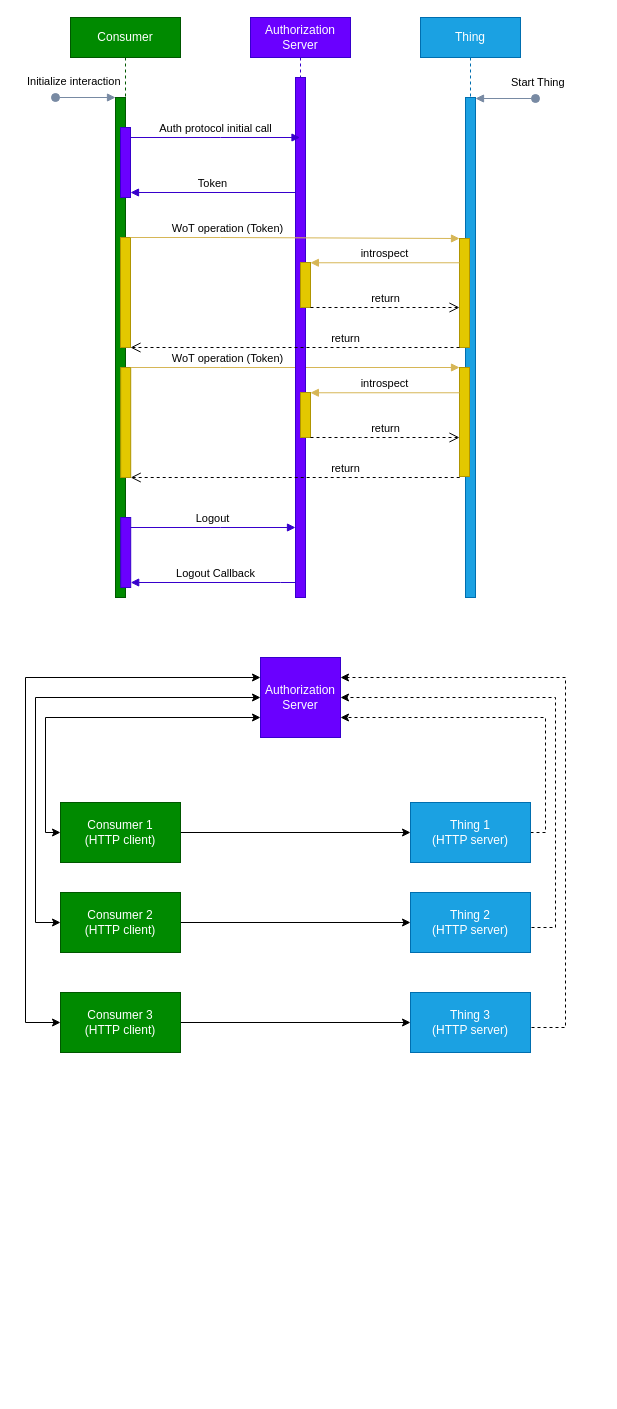
w3c/wot keeps this draw.io diagram as page "OAuth2" (4 of 5) of planning/ThingDescription/td-next-work-items/images/initial-connection.drawio. Above is the earlier version. Source tidied: cells renumbered, new cells numbered last; positions are measured from the earlier drawing's top-left corner, leaving out a move shared by most shapes. Both pictures are drawn from the tidied source at 100%, with x=0, y=0 at pixel (25, 17).
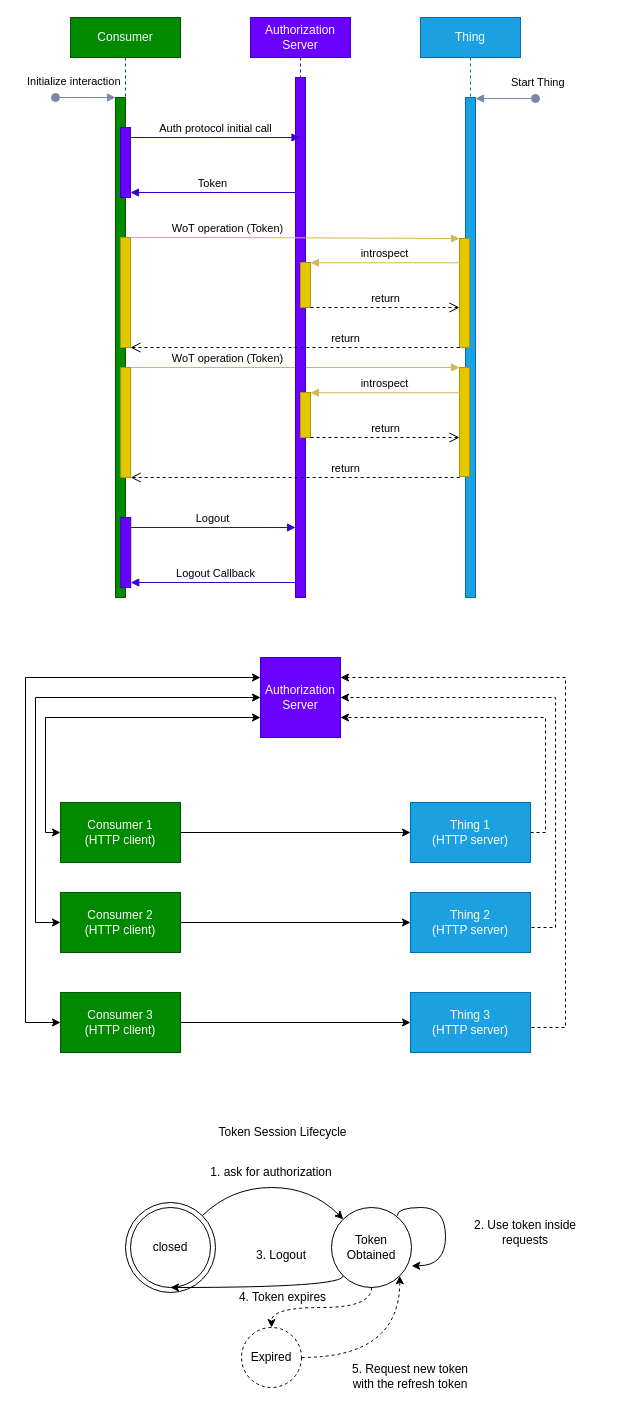
Above is the later version.

Commit message (it also covers changes not shown here):
oauth and ws lifecycle diagrams and minor fixes

Change to the diagram source:
```diff
@@
+    <mxCell id="48" value="Token Session Lifecycle" style="text;html=1;strokeColor=none;fillColor=none;align=center;verticalAlign=middle;whiteSpace=wrap;rounded=0;" parent="1" vertex="1">
+      <mxGeometry x="176" y="1100" width="162.5" height="30" as="geometry" />
+    </mxCell>
+    <mxCell id="49" style="ellipse;whiteSpace=wrap;html=1;fillColor=none;" parent="1" vertex="1">
+      <mxGeometry x="100" y="1185" width="90" height="90" as="geometry" />
+    </mxCell>
+    <mxCell id="50" value="closed" style="ellipse;whiteSpace=wrap;html=1;fillColor=default;" parent="1" vertex="1">
+      <mxGeometry x="105" y="1190" width="80" height="80" as="geometry" />
+    </mxCell>
+    <mxCell id="51" style="edgeStyle=orthogonalEdgeStyle;rounded=0;jettySize=auto;html=1;exitX=0.5;exitY=1;exitDx=0;exitDy=0;curved=1;dashed=1;" parent="1" edge="1" source="53" target="59">
+      <mxGeometry relative="1" as="geometry" />
+    </mxCell>
+    <mxCell id="52" style="edgeStyle=orthogonalEdgeStyle;rounded=0;jettySize=auto;html=1;exitX=0;exitY=1;exitDx=0;exitDy=0;elbow=vertical;curved=1;" parent="1" edge="1" source="53" target="50">
+      <mxGeometry relative="1" as="geometry">
+        <Array as="points">
+          <mxPoint x="318" y="1270" />
+        </Array>
+      </mxGeometry>
+    </mxCell>
+    <mxCell id="53" value="Token&lt;div&gt;Obtained&lt;/div&gt;" style="ellipse;whiteSpace=wrap;html=1;fillColor=default;" parent="1" vertex="1">
+      <mxGeometry x="306" y="1190" width="80" height="80" as="geometry" />
+    </mxCell>
+    <mxCell id="54" style="curved=1;endArrow=classic;html=1;rounded=0;entryX=0;entryY=0;entryDx=0;entryDy=0;exitX=1;exitY=0;exitDx=0;exitDy=0;" parent="1" edge="1" source="49" target="53">
+      <mxGeometry relative="1" as="geometry">
+        <Array as="points">
+          <mxPoint x="206" y="1170" />
+          <mxPoint x="286" y="1170" />
+        </Array>
+      </mxGeometry>
+    </mxCell>
+    <mxCell id="55" value="1. ask for authorization" style="text;html=1;strokeColor=none;fillColor=none;align=center;verticalAlign=middle;whiteSpace=wrap;rounded=0;" parent="1" vertex="1">
+      <mxGeometry x="176" y="1140" width="140" height="30" as="geometry" />
+    </mxCell>
+    <mxCell id="56" style="edgeStyle=orthogonalEdgeStyle;rounded=0;orthogonalLoop=1;jettySize=auto;html=1;entryX=1.002;entryY=0.729;entryDx=0;entryDy=0;entryPerimeter=0;curved=1;exitX=0.821;exitY=0.104;exitDx=0;exitDy=0;exitPerimeter=0;" parent="1" edge="1" source="53" target="53">
+      <mxGeometry relative="1" as="geometry">
+        <Array as="points">
+          <mxPoint x="372" y="1190" />
+          <mxPoint x="420" y="1190" />
+          <mxPoint x="420" y="1248" />
+        </Array>
+      </mxGeometry>
+    </mxCell>
+    <mxCell id="57" value="2. Use token inside requests" style="text;html=1;strokeColor=none;fillColor=none;align=center;verticalAlign=middle;whiteSpace=wrap;rounded=0;" parent="1" vertex="1">
+      <mxGeometry x="430" y="1200" width="140" height="30" as="geometry" />
+    </mxCell>
+    <mxCell id="58" style="edgeStyle=orthogonalEdgeStyle;rounded=0;jettySize=auto;html=1;exitX=1;exitY=0.5;exitDx=0;exitDy=0;entryX=1;entryY=1;entryDx=0;entryDy=0;curved=1;dashed=1;" parent="1" edge="1" source="59" target="53">
+      <mxGeometry relative="1" as="geometry" />
+    </mxCell>
+    <mxCell id="59" value="Expired" style="ellipse;whiteSpace=wrap;html=1;dashed=1;" parent="1" vertex="1">
+      <mxGeometry x="216" y="1310" width="60" height="60" as="geometry" />
+    </mxCell>
+    <mxCell id="60" value="3. Logout" style="text;html=1;strokeColor=none;fillColor=none;align=center;verticalAlign=middle;whiteSpace=wrap;rounded=0;" parent="1" vertex="1">
+      <mxGeometry x="210" y="1220" width="91.5" height="35" as="geometry" />
+    </mxCell>
+    <mxCell id="61" value="5. Request new token with the refresh token" style="text;html=1;strokeColor=none;fillColor=none;align=center;verticalAlign=middle;whiteSpace=wrap;rounded=0;" parent="1" vertex="1">
+      <mxGeometry x="315" y="1344" width="140" height="30" as="geometry" />
+    </mxCell>
+    <mxCell id="62" value="4. Token expires" style="text;html=1;strokeColor=none;fillColor=none;align=center;verticalAlign=middle;whiteSpace=wrap;rounded=0;dashed=1;" parent="1" vertex="1">
+      <mxGeometry x="200" y="1270" width="115" height="20" as="geometry" />
+    </mxCell>
```
